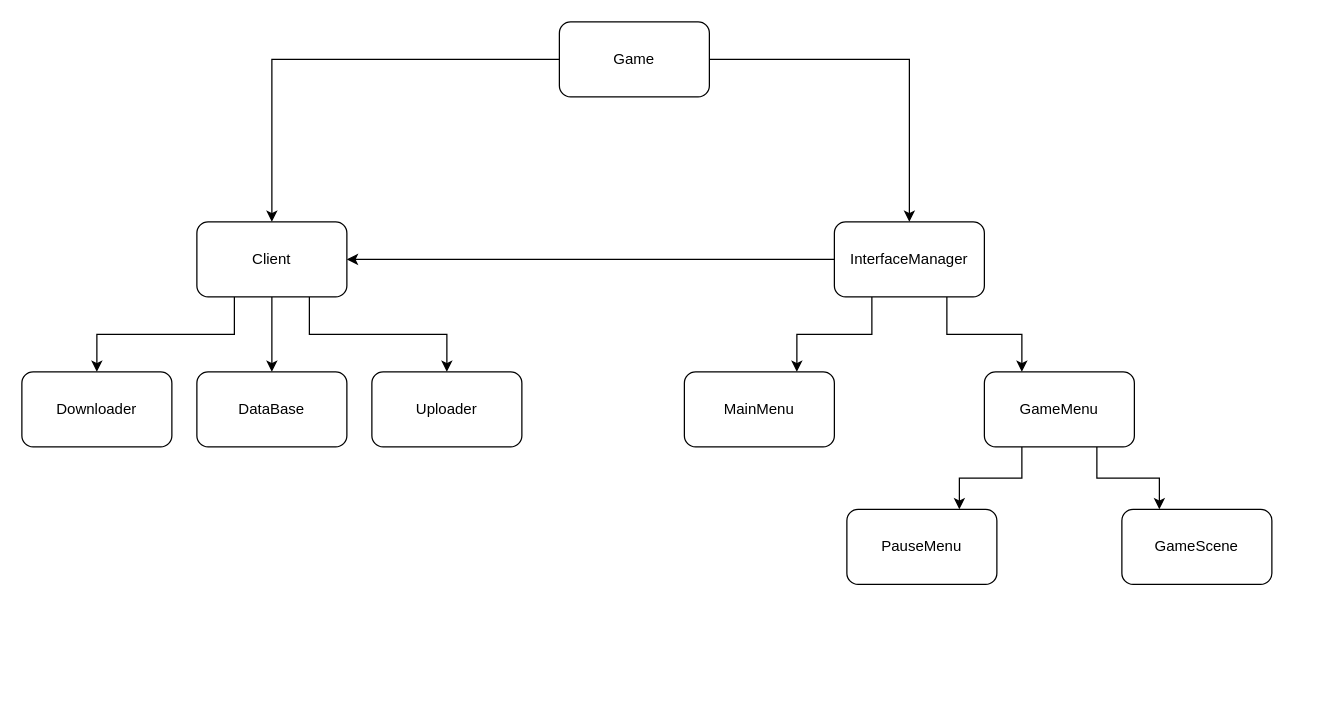
Earlier version of the draw.io diagram UML_doc/GameClientUML.drawio (lucky-rydar/our_game). Source tidied: cells renumbered, new cells numbered last; positions are measured from the earlier drawing's top-left corner, leaving out a move shared by most shapes. Both pictures are drawn from the tidied source at 125%, with x=0, y=0 at pixel (21, 21).
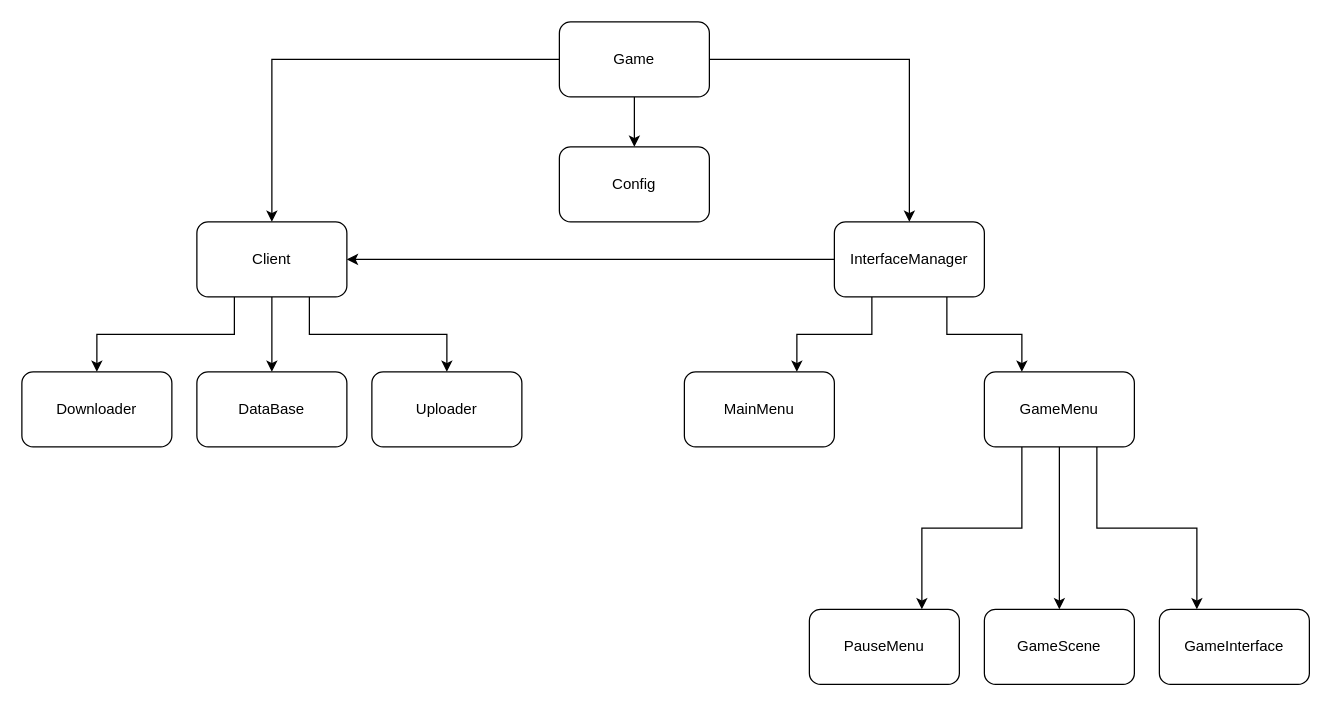
The same page after the edit.

Unchanged cells that the change refers to:
```xml
<mxCell id="4" value="Game&lt;br&gt;" style="rounded=1;whiteSpace=wrap;html=1;" parent="1" vertex="1">
  <mxGeometry x="430" width="120" height="60" as="geometry" />
</mxCell>
<mxCell id="19" value="GameMenu&lt;br&gt;" style="rounded=1;whiteSpace=wrap;html=1;" parent="1" vertex="1">
  <mxGeometry x="770" y="280" width="120" height="60" as="geometry" />
</mxCell>
```

The edit, as a diff of the source:
```diff
@@
+    <mxCell id="22" style="edgeStyle=orthogonalEdgeStyle;rounded=0;jettySize=auto;html=1;exitX=0.5;exitY=1;exitDx=0;exitDy=0;entryX=0.5;entryY=0;entryDx=0;entryDy=0;" parent="1" edge="1" source="4" target="25">
+      <mxGeometry relative="1" as="geometry" />
+    </mxCell>
@@
-    <mxCell id="18" style="edgeStyle=orthogonalEdgeStyle;rounded=0;jettySize=auto;html=1;exitX=0.75;exitY=1;exitDx=0;exitDy=0;entryX=0.25;entryY=0;entryDx=0;entryDy=0;" parent="1" edge="1" source="19" target="21">
+    <mxCell id="18" style="edgeStyle=orthogonalEdgeStyle;rounded=0;jettySize=auto;html=1;exitX=0.5;exitY=1;exitDx=0;exitDy=0;entryX=0.5;entryY=0;entryDx=0;entryDy=0;" parent="1" edge="1" source="19" target="21">
       <mxGeometry relative="1" as="geometry" />
     </mxCell>
+    <mxCell id="23" style="edgeStyle=orthogonalEdgeStyle;rounded=0;jettySize=auto;html=1;exitX=0.75;exitY=1;exitDx=0;exitDy=0;entryX=0.25;entryY=0;entryDx=0;entryDy=0;" parent="1" edge="1" source="19" target="24">
+      <mxGeometry relative="1" as="geometry" />
+    </mxCell>
@@
     <mxCell id="20" value="PauseMenu&lt;br&gt;" style="rounded=1;whiteSpace=wrap;html=1;" parent="1" vertex="1">
-      <mxGeometry x="660" y="390" width="120" height="60" as="geometry" />
+      <mxGeometry x="630" y="470" width="120" height="60" as="geometry" />
     </mxCell>
     <mxCell id="21" value="GameScene&lt;br&gt;" style="rounded=1;whiteSpace=wrap;html=1;" parent="1" vertex="1">
-      <mxGeometry x="880" y="390" width="120" height="60" as="geometry" />
+      <mxGeometry x="770" y="470" width="120" height="60" as="geometry" />
     </mxCell>
+    <mxCell id="24" value="GameInterface&lt;br&gt;" style="rounded=1;whiteSpace=wrap;html=1;" parent="1" vertex="1">
+      <mxGeometry x="910" y="470" width="120" height="60" as="geometry" />
+    </mxCell>
+    <mxCell id="25" value="Config&lt;br&gt;" style="rounded=1;whiteSpace=wrap;html=1;" parent="1" vertex="1">
+      <mxGeometry x="430" y="100" width="120" height="60" as="geometry" />
+    </mxCell>
```
